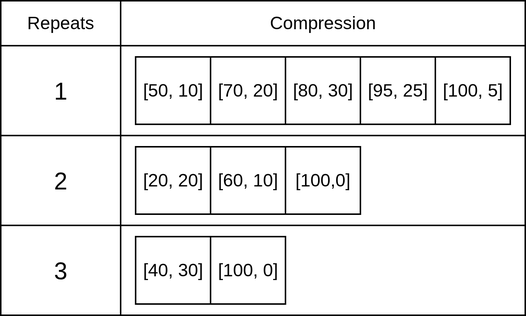
Before: report/images/compression.png, a diagram exported from draw.io (DigoqueDigo/prismo). Source tidied: cells renumbered, new cells last; positions are measured from the earlier drawing's top-left corner, leaving out a move shared by most shapes.
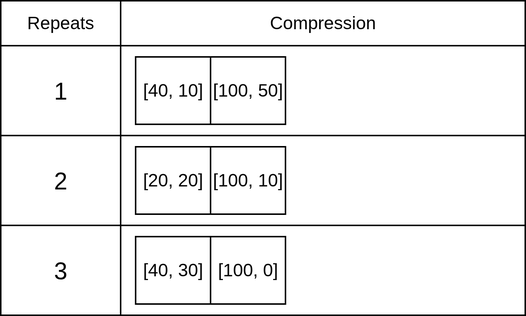
Above is the later version.

Commit message:
Update compression reduction values

The edit, as a diff of the source:
```diff
@@ -3,58 +3,46 @@
     <mxCell id="0" />
     <mxCell id="1" parent="0" />
     <mxCell id="2" value="&lt;font style=&quot;font-size: 16px;&quot;&gt;1&lt;/font&gt;" style="rounded=0;whiteSpace=wrap;html=1;" parent="1" vertex="1">
-      <mxGeometry y="30" width="80" height="60" as="geometry" />
+      <mxGeometry x="-60" y="280" width="80" height="60" as="geometry" />
     </mxCell>
     <mxCell id="3" value="&lt;font style=&quot;font-size: 16px;&quot;&gt;2&lt;/font&gt;" style="rounded=0;whiteSpace=wrap;html=1;" parent="1" vertex="1">
-      <mxGeometry y="90" width="80" height="60" as="geometry" />
+      <mxGeometry x="-60" y="340" width="80" height="60" as="geometry" />
     </mxCell>
     <mxCell id="4" value="&lt;font style=&quot;font-size: 16px;&quot;&gt;3&lt;/font&gt;" style="rounded=0;whiteSpace=wrap;html=1;" parent="1" vertex="1">
-      <mxGeometry y="150" width="80" height="60" as="geometry" />
+      <mxGeometry x="-60" y="400" width="80" height="60" as="geometry" />
     </mxCell>
     <mxCell id="5" value="Repeats" style="rounded=0;whiteSpace=wrap;html=1;" parent="1" vertex="1">
-      <mxGeometry width="80" height="30" as="geometry" />
+      <mxGeometry x="-60" y="250" width="80" height="30" as="geometry" />
     </mxCell>
     <mxCell id="6" style="rounded=0;whiteSpace=wrap;html=1;" parent="1" vertex="1">
-      <mxGeometry x="80" y="30" width="270" height="60" as="geometry" />
+      <mxGeometry x="20" y="280" width="270" height="60" as="geometry" />
     </mxCell>
-    <mxCell id="7" value="[50, 10]" style="rounded=0;whiteSpace=wrap;html=1;" parent="1" vertex="1">
-      <mxGeometry x="90" y="37.5" width="50" height="45" as="geometry" />
+    <mxCell id="7" value="[40, 10]" style="rounded=0;whiteSpace=wrap;html=1;" parent="1" vertex="1">
+      <mxGeometry x="30" y="287.5" width="50" height="45" as="geometry" />
     </mxCell>
-    <mxCell id="8" value="[70, 20]" style="rounded=0;whiteSpace=wrap;html=1;" parent="1" vertex="1">
-      <mxGeometry x="140" y="37.5" width="50" height="45" as="geometry" />
+    <mxCell id="8" value="[100, 50]" style="rounded=0;whiteSpace=wrap;html=1;" parent="1" vertex="1">
+      <mxGeometry x="80" y="287.5" width="50" height="45" as="geometry" />
     </mxCell>
-    <mxCell id="9" value="[80, 30]" style="rounded=0;whiteSpace=wrap;html=1;" parent="1" vertex="1">
-      <mxGeometry x="190" y="37.5" width="50" height="45" as="geometry" />
+    <mxCell id="9" value="Compression" style="rounded=0;whiteSpace=wrap;html=1;" parent="1" vertex="1">
+      <mxGeometry x="20" y="250" width="270" height="30" as="geometry" />
     </mxCell>
-    <mxCell id="10" value="[95, 25]" style="rounded=0;whiteSpace=wrap;html=1;" parent="1" vertex="1">
-      <mxGeometry x="240" y="37.5" width="50" height="45" as="geometry" />
+    <mxCell id="10" style="rounded=0;whiteSpace=wrap;html=1;" parent="1" vertex="1">
+      <mxGeometry x="20" y="340" width="270" height="60" as="geometry" />
     </mxCell>
-    <mxCell id="11" value="[100, 5]" style="rounded=0;whiteSpace=wrap;html=1;" parent="1" vertex="1">
-      <mxGeometry x="290" y="37.5" width="50" height="45" as="geometry" />
+    <mxCell id="11" value="[20, 20]" style="rounded=0;whiteSpace=wrap;html=1;" parent="1" vertex="1">
+      <mxGeometry x="30" y="347.5" width="50" height="45" as="geometry" />
     </mxCell>
-    <mxCell id="12" value="Compression" style="rounded=0;whiteSpace=wrap;html=1;" parent="1" vertex="1">
-      <mxGeometry x="80" width="270" height="30" as="geometry" />
+    <mxCell id="12" value="[100, 10]" style="rounded=0;whiteSpace=wrap;html=1;" parent="1" vertex="1">
+      <mxGeometry x="80" y="347.5" width="50" height="45" as="geometry" />
     </mxCell>
     <mxCell id="13" style="rounded=0;whiteSpace=wrap;html=1;" parent="1" vertex="1">
-      <mxGeometry x="80" y="90" width="270" height="60" as="geometry" />
+      <mxGeometry x="20" y="400" width="270" height="60" as="geometry" />
     </mxCell>
-    <mxCell id="14" value="[20, 20]" style="rounded=0;whiteSpace=wrap;html=1;" parent="1" vertex="1">
-      <mxGeometry x="90" y="97.5" width="50" height="45" as="geometry" />
+    <mxCell id="14" value="[40, 30]" style="rounded=0;whiteSpace=wrap;html=1;" parent="1" vertex="1">
+      <mxGeometry x="30" y="407.5" width="50" height="45" as="geometry" />
     </mxCell>
-    <mxCell id="15" value="[60, 10]" style="rounded=0;whiteSpace=wrap;html=1;" parent="1" vertex="1">
-      <mxGeometry x="140" y="97.5" width="50" height="45" as="geometry" />
+    <mxCell id="15" value="[100, 0]" style="rounded=0;whiteSpace=wrap;html=1;" parent="1" vertex="1">
+      <mxGeometry x="80" y="407.5" width="50" height="45" as="geometry" />
     </mxCell>
-    <mxCell id="16" value="[100,0]" style="rounded=0;whiteSpace=wrap;html=1;" parent="1" vertex="1">
-      <mxGeometry x="190" y="97.5" width="50" height="45" as="geometry" />
-    </mxCell>
-    <mxCell id="17" style="rounded=0;whiteSpace=wrap;html=1;" parent="1" vertex="1">
-      <mxGeometry x="80" y="150" width="270" height="60" as="geometry" />
-    </mxCell>
-    <mxCell id="18" value="[40, 30]" style="rounded=0;whiteSpace=wrap;html=1;" parent="1" vertex="1">
-      <mxGeometry x="90" y="157.5" width="50" height="45" as="geometry" />
-    </mxCell>
-    <mxCell id="19" value="[100, 0]" style="rounded=0;whiteSpace=wrap;html=1;" parent="1" vertex="1">
-      <mxGeometry x="140" y="157.5" width="50" height="45" as="geometry" />
-    </mxCell>
   </root>
 </mxGraphModel>
```
